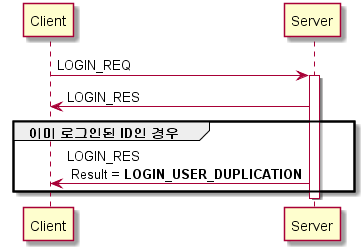
The PlantUML diagram doc/01LoginPacket.png in woo4705/GoLangTetrisServer, before a commit.
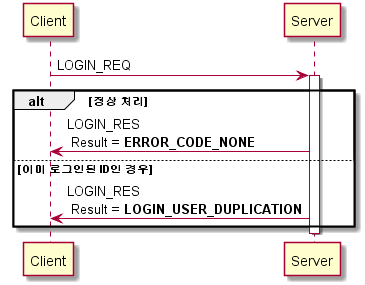
Later version of the same file.

The edit, as a diff of the source:
```diff
@@ -4,14 +4,16 @@
 
 Client -> Server: LOGIN_REQ
 activate Server
-Server -> Client: LOGIN_RES
 
-group 이미 로그인된 ID인 경우
- Server -> Client: LOGIN_RES\n Result = **LOGIN_USER_DUPLICATION**
+
+alt 정상 처리
+    Server -> Client: LOGIN_RES\n Result = **ERROR_CODE_NONE**
+
+    else 이미 로그인된 ID인 경우
+    Server -> Client: LOGIN_RES\n Result = **LOGIN_USER_DUPLICATION**
 end
 
 deactivate
 
 
-
 @enduml
```
